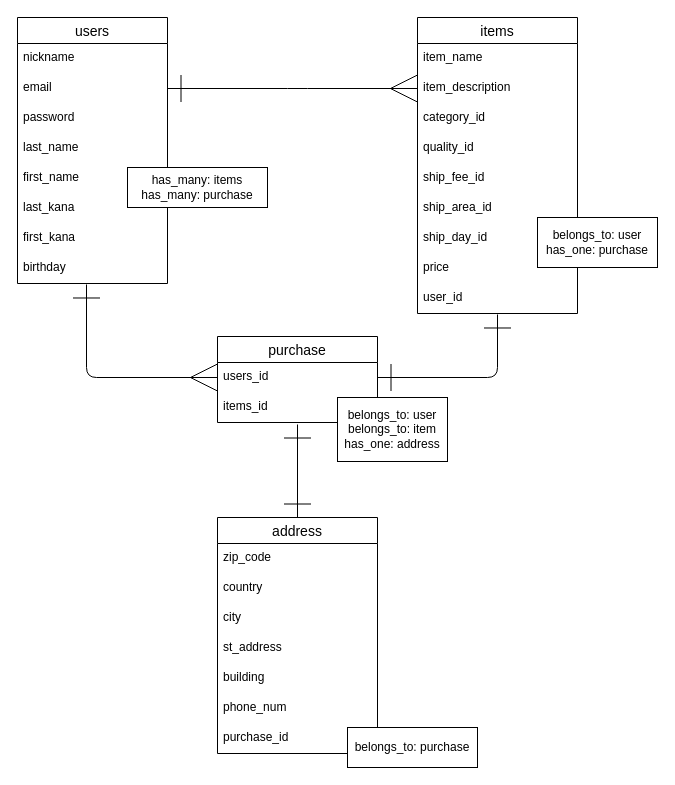
This is furima.dio from cut2key/furima-37593, a draw.io file, before an edit. Source tidied: cells renumbered, new cells numbered last; positions are measured from the earlier drawing's top-left corner, leaving out a move shared by most shapes. Both pictures are drawn from the tidied source at 100%, with x=0, y=0 at pixel (17, 17).
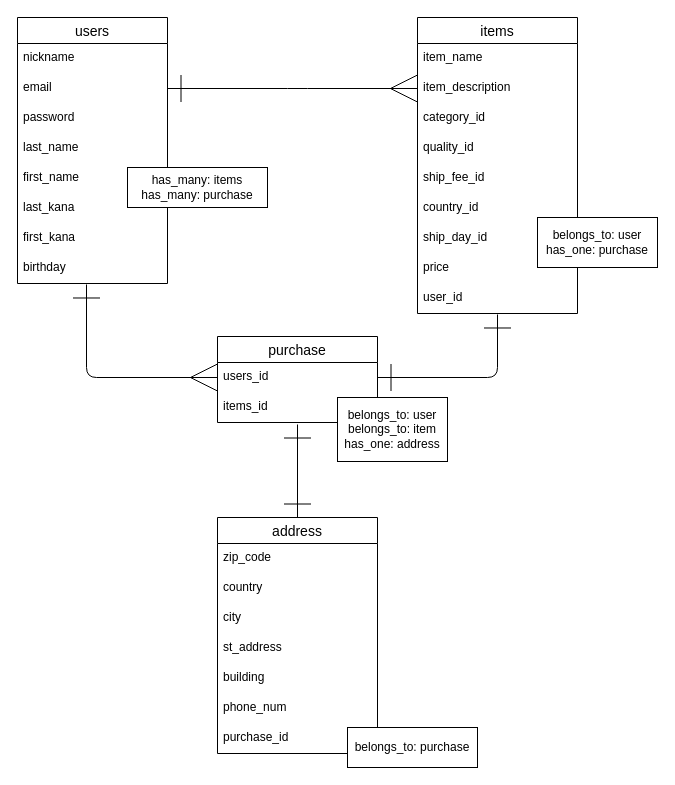
After the change.

Commit message:
db plan1 fixed comp

Unchanged cells that the change refers to:
```xml
<mxCell id="11" value="items" style="swimlane;fontStyle=0;horizontal=1;startSize=26;align=center;fontSize=14;" parent="1" vertex="1">
  <mxGeometry x="400" width="160" height="296" as="geometry" />
</mxCell>
```

Change to the diagram source:
```diff
@@
-    <mxCell id="17" value="ship_area_id" style="text;strokeColor=none;fillColor=none;spacingLeft=4;spacingRight=4;overflow=hidden;fontSize=12;" parent="11" vertex="1">
+    <mxCell id="17" value="country_id" style="text;strokeColor=none;fillColor=none;spacingLeft=4;spacingRight=4;overflow=hidden;fontSize=12;" parent="11" vertex="1">
       <mxGeometry y="176" width="160" height="30" as="geometry" />
     </mxCell>
```
